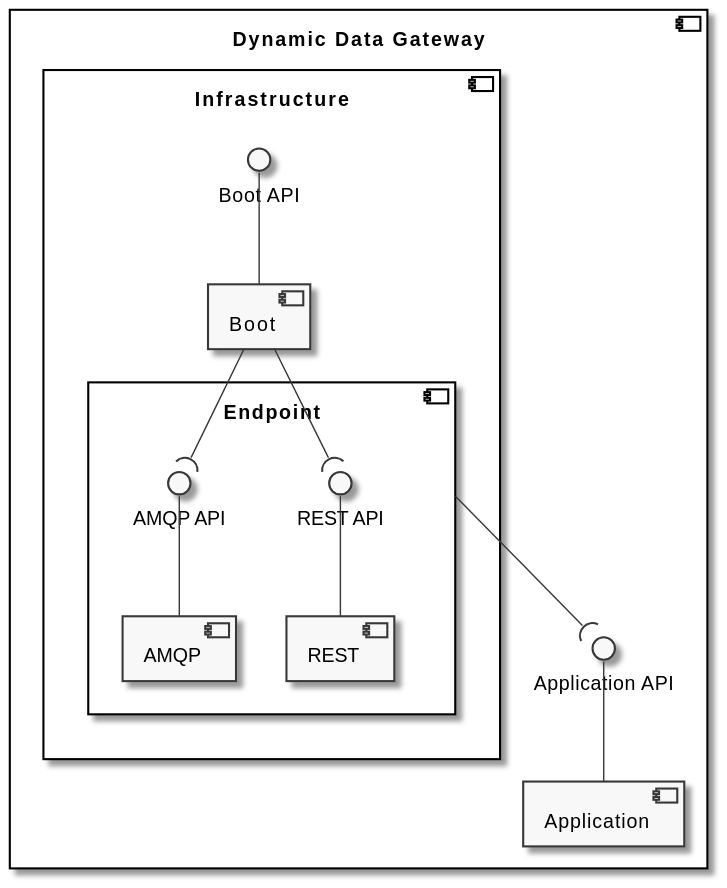
The PlantUML diagram docs/diagrams/logical-view-level3-data-gateway.svg in FilipeMCruz/sensae-console, before a commit. Its diagram source:
```plantuml
@startuml logical-view-level3-dynamic-data-gateway

skinparam Monochrome true

component "Dynamic Data Gateway" {
    component "Application" as APP
    component "Infrastructure" as INFRA {
        component "Boot" as BOOT
        component "Endpoint" as ENDPOINT {
            component "REST" as REST
            component "AMQP" as AMQP
            interface "REST API" as REST_API
            interface "AMQP API" as AMQP_API
        }
        interface "Boot API" as BOOT_API
    }

    interface "Application API" as APP_API

    REST_API -- REST
    AMQP_API -- AMQP

    APP_API -- APP
    BOOT_API -- BOOT

    BOOT --( REST_API
    BOOT --( AMQP_API

    ENDPOINT --( APP_API
}

@enduml
```
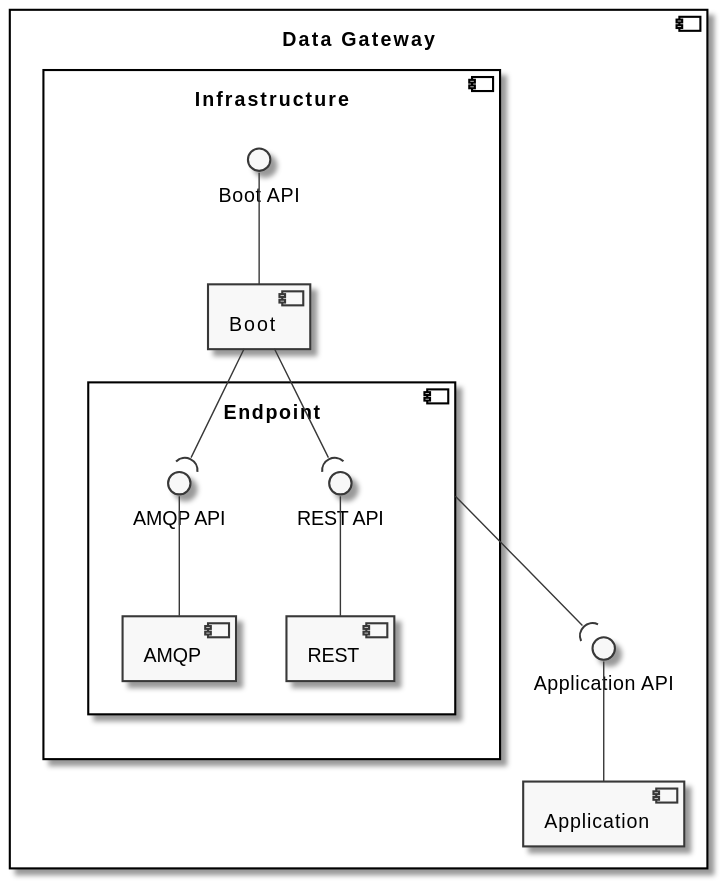
Later version of the same file.

What changed in the source:
```diff
@@ -1,8 +1,8 @@
-@startuml logical-view-level3-dynamic-data-gateway
+@startuml logical-view-level3-data-gateway
 
 skinparam Monochrome true
 
-component "Dynamic Data Gateway" {
+component "Data Gateway" {
     component "Application" as APP
     component "Infrastructure" as INFRA {
         component "Boot" as BOOT
```
